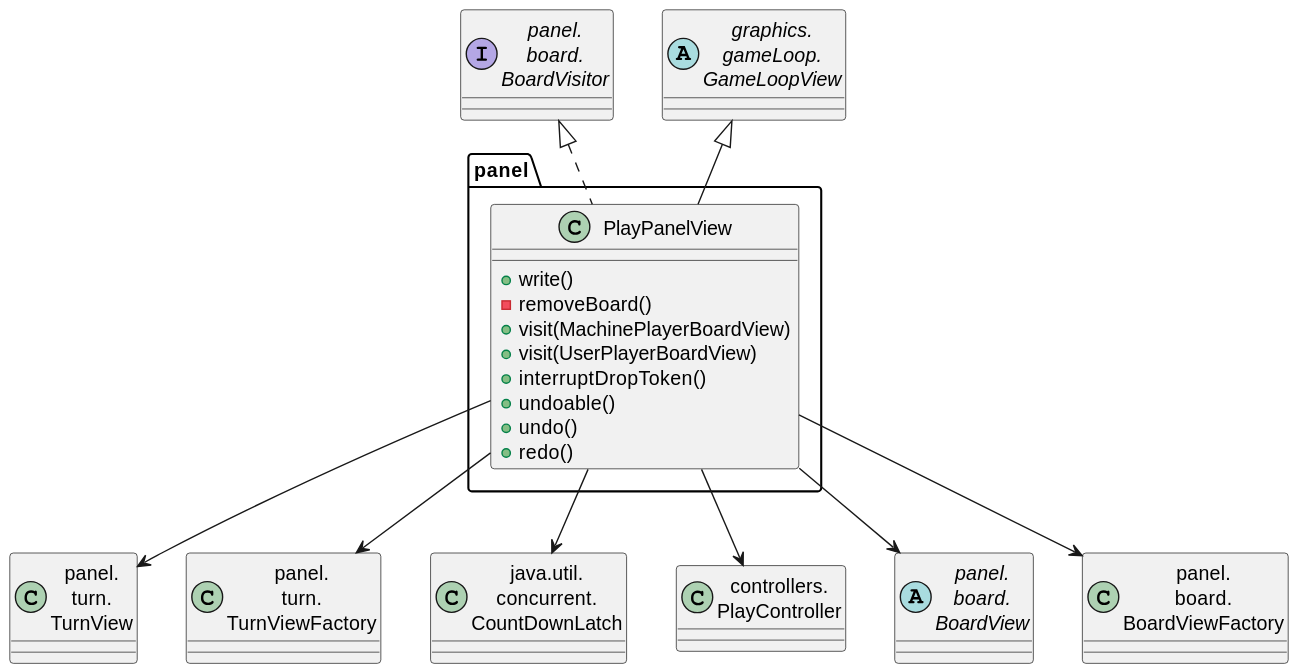
Above: out/connect4/Docs/diagrams/src/packages/connect4.connect4.views.graphics.gameLoop.play.panel/connect4.connect4.views.graphics.play.panel.svg in js-rom/connect4 (PlantUML), before the change. Source of this version:
```plantuml
@startuml
interface BoardVisitor as "panel.\nboard.\nBoardVisitor"
class TurnView as "panel.\nturn.\nTurnView"
class TurnViewFactory as "panel.\nturn.\nTurnViewFactory"

abstract class GameLoopView as "graphics.\ngameLoop.\nGameLoopView"
class CountDownLatch as "java.util.\nconcurrent.\nCountDownLatch"
class PlayController as "controllers.\nPlayController"
abstract class BoardView as "panel.\nboard.\nBoardView"
class BoardViewFactory as "panel.\nboard.\nBoardViewFactory"

class panel.PlayPanelView{
    +write()
    -removeBoard()
    +visit(MachinePlayerBoardView)
    +visit(UserPlayerBoardView)
    +interruptDropToken()
    +undoable()
    +undo()
    +redo()
}

PlayPanelView --> PlayController
PlayPanelView --> CountDownLatch
GameLoopView <|-- PlayPanelView
BoardVisitor <|.. PlayPanelView
PlayPanelView --> BoardView
PlayPanelView --> TurnView
PlayPanelView --> TurnViewFactory
PlayPanelView --> BoardViewFactory
@enduml
```
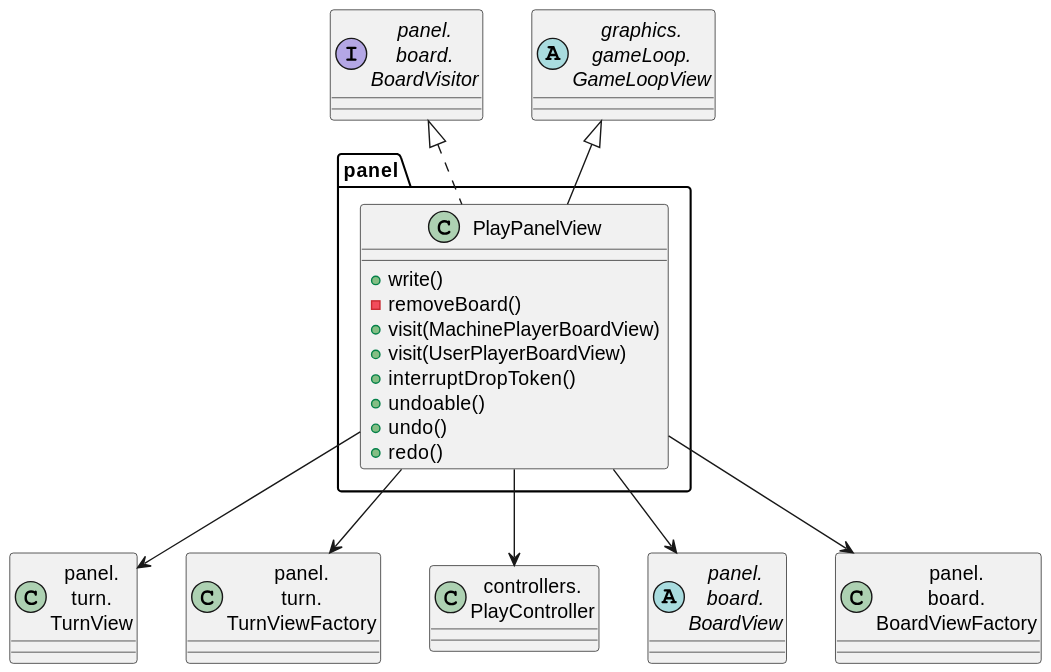
Above is the later version.

Change to the diagram source:
```diff
@@ -4,7 +4,6 @@
 class TurnViewFactory as "panel.\nturn.\nTurnViewFactory"
 
 abstract class GameLoopView as "graphics.\ngameLoop.\nGameLoopView"
-class CountDownLatch as "java.util.\nconcurrent.\nCountDownLatch"
 class PlayController as "controllers.\nPlayController"
 abstract class BoardView as "panel.\nboard.\nBoardView"
 class BoardViewFactory as "panel.\nboard.\nBoardViewFactory"
@@ -21,7 +20,6 @@
 }
 
 PlayPanelView --> PlayController
-PlayPanelView --> CountDownLatch
 GameLoopView <|-- PlayPanelView
 BoardVisitor <|.. PlayPanelView
 PlayPanelView --> BoardView
```
